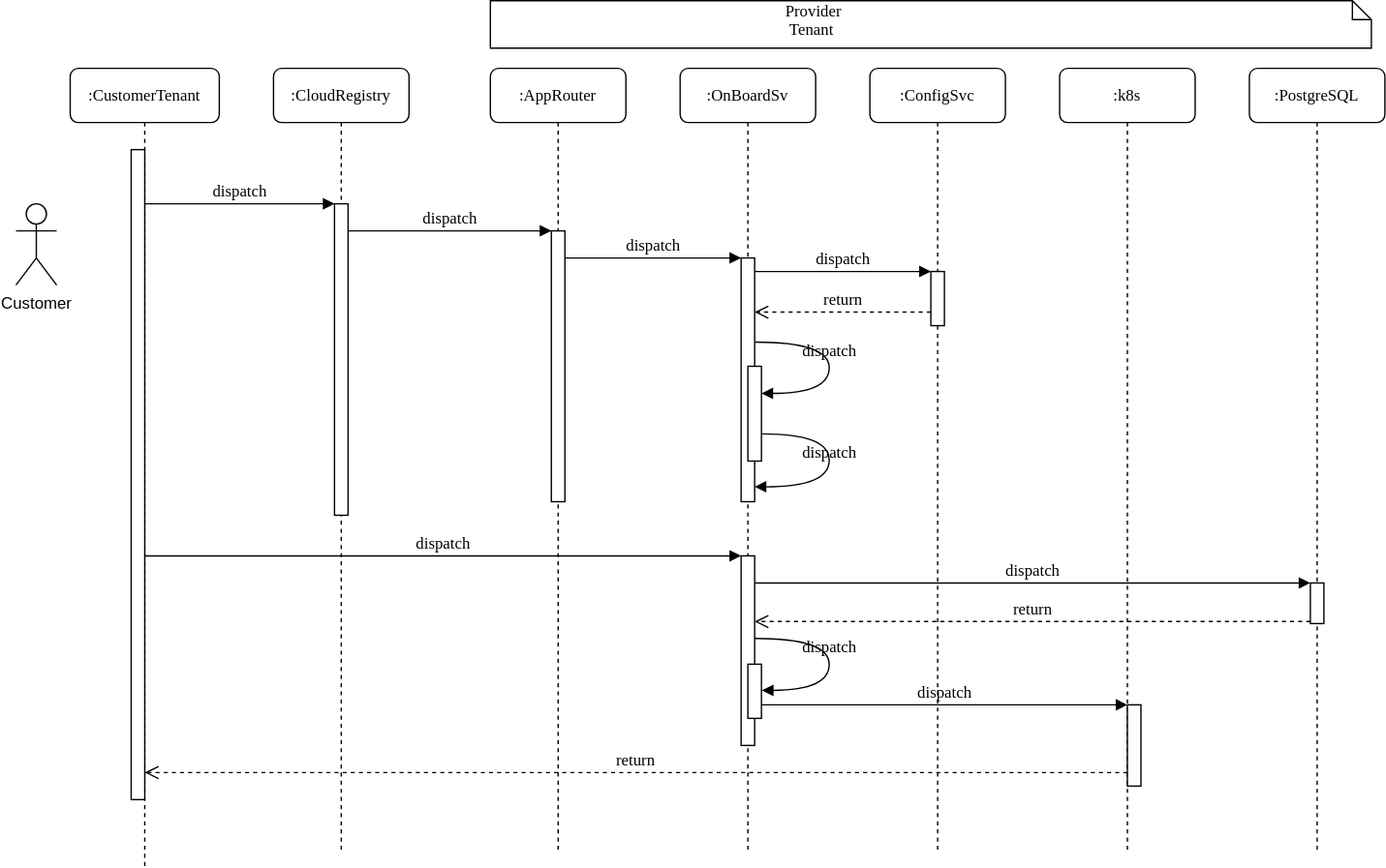
Earlier version of the draw.io export Onboarding.svg (sundarvc/sequence-diagrams). Source tidied: cells renumbered, new cells last; positions are measured from the earlier drawing's top-left corner, leaving out a move shared by most shapes.
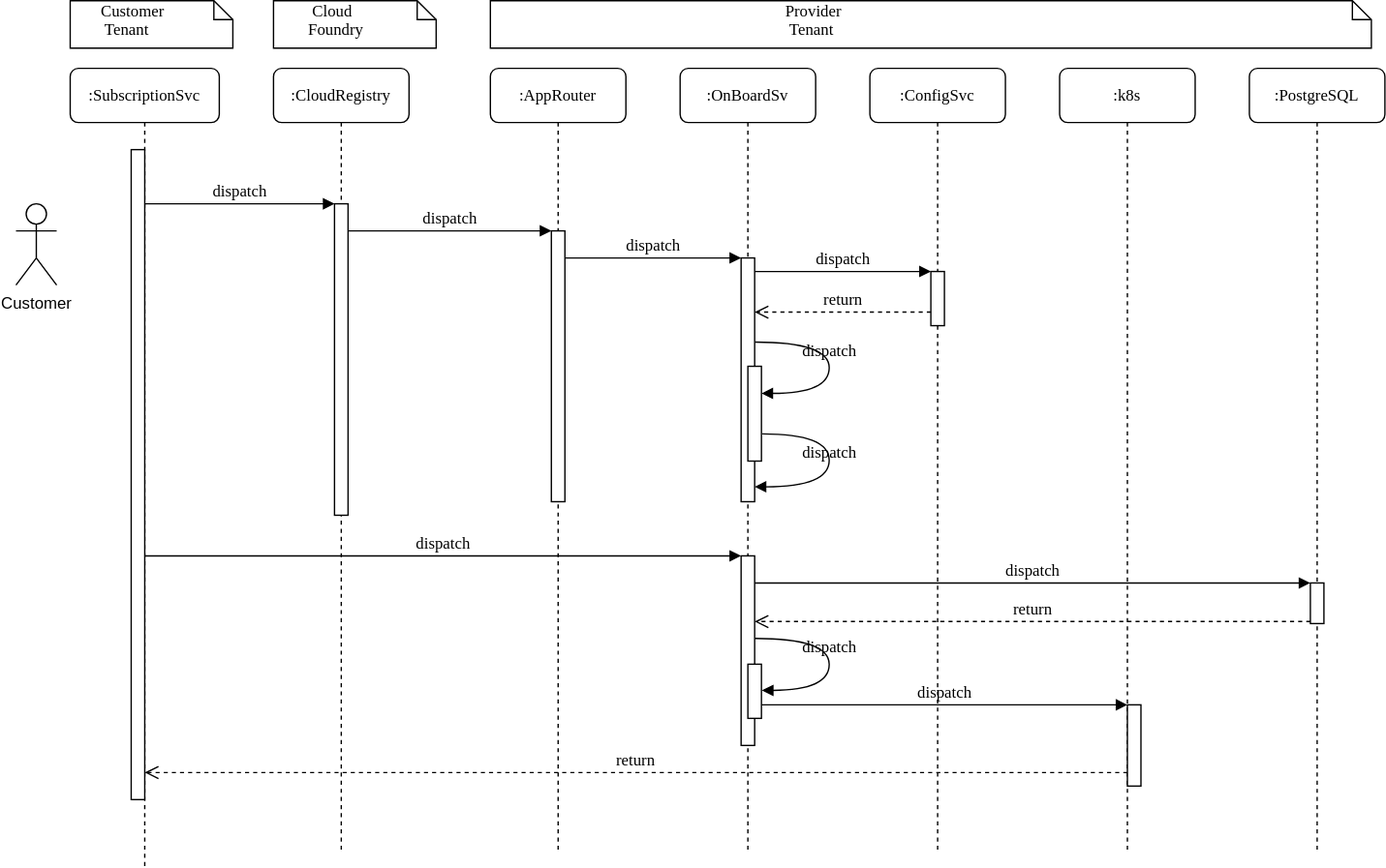
The same diagram one commit later.

Diff of the diagram source:
```diff
@@ -26,7 +26,7 @@
     <mxCell id="9" value=":PostgreSQL" style="shape=umlLifeline;perimeter=lifelinePerimeter;whiteSpace=wrap;html=1;rounded=1;shadow=0;comic=0;labelBackgroundColor=none;strokeWidth=1;fontFamily=Verdana;fontSize=12;align=center;" parent="1" vertex="1">
       <mxGeometry x="910" y="50" width="100" height="580" as="geometry" />
     </mxCell>
-    <mxCell id="10" value=":CustomerTenant" style="shape=umlLifeline;perimeter=lifelinePerimeter;whiteSpace=wrap;html=1;rounded=1;shadow=0;comic=0;labelBackgroundColor=none;strokeWidth=1;fontFamily=Verdana;fontSize=12;align=center;size=40;" parent="1" vertex="1">
+    <mxCell id="10" value=":SubscriptionSvc" style="shape=umlLifeline;perimeter=lifelinePerimeter;whiteSpace=wrap;html=1;rounded=1;shadow=0;comic=0;labelBackgroundColor=none;strokeWidth=1;fontFamily=Verdana;fontSize=12;align=center;size=40;" parent="1" vertex="1">
       <mxGeometry x="40" y="50" width="110" height="590" as="geometry" />
     </mxCell>
     <mxCell id="11" style="html=1;points=[];perimeter=orthogonalPerimeter;rounded=0;shadow=0;comic=0;labelBackgroundColor=none;strokeWidth=1;fontFamily=Verdana;fontSize=12;align=center;" parent="10" vertex="1">
@@ -129,5 +129,11 @@
     <mxCell id="33" value="Customer" style="shape=umlActor;verticalLabelPosition=bottom;verticalAlign=top;html=1;" parent="1" vertex="1">
       <mxGeometry y="150" width="30" height="60" as="geometry" />
     </mxCell>
+    <mxCell id="34" value="&amp;nbsp; &amp;nbsp; &amp;nbsp; &amp;nbsp; &amp;nbsp;Cloud&lt;br&gt;&amp;nbsp; &amp;nbsp; &amp;nbsp; &amp;nbsp; Foundry" style="shape=note;whiteSpace=wrap;html=1;size=14;verticalAlign=top;align=left;spacingTop=-6;rounded=0;shadow=0;comic=0;labelBackgroundColor=none;strokeWidth=1;fontFamily=Verdana;fontSize=12;" parent="1" vertex="1">
+      <mxGeometry x="190" width="120" height="35" as="geometry" />
+    </mxCell>
+    <mxCell id="35" value="&amp;nbsp; &amp;nbsp; &amp;nbsp; &amp;nbsp;Customer&amp;nbsp;&lt;br&gt;&amp;nbsp; &amp;nbsp; &amp;nbsp; &amp;nbsp; Tenant" style="shape=note;whiteSpace=wrap;html=1;size=14;verticalAlign=top;align=left;spacingTop=-6;rounded=0;shadow=0;comic=0;labelBackgroundColor=none;strokeWidth=1;fontFamily=Verdana;fontSize=12;" parent="1" vertex="1">
+      <mxGeometry x="40" width="120" height="35" as="geometry" />
+    </mxCell>
   </root>
 </mxGraphModel>
```
